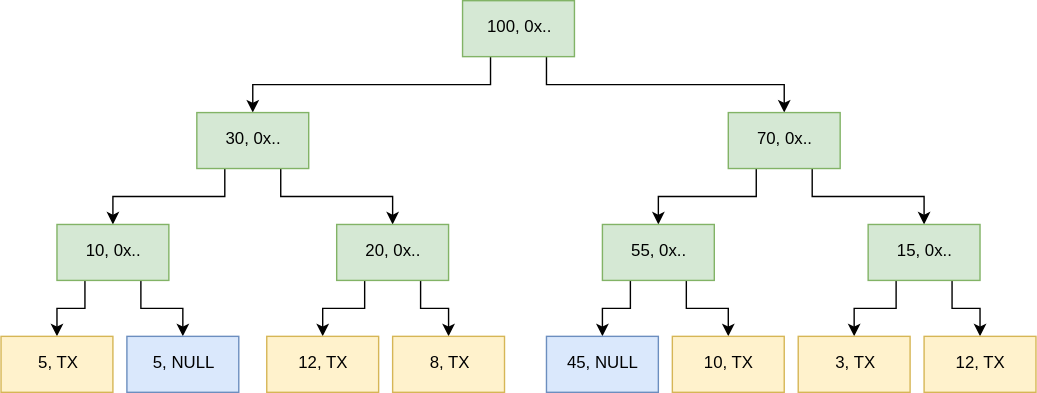
snjax/drawio keeps this draw.io diagram as plasma cashflow state.svg. Above is the earlier version. Source tidied: cells renumbered, new cells last; positions are measured from the earlier drawing's top-left corner, leaving out a move shared by most shapes.
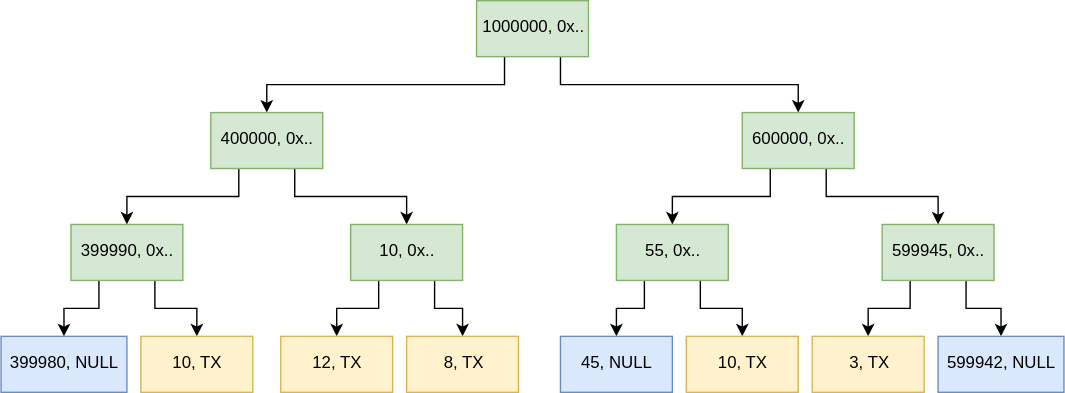
Above is the later version.

Change to the diagram source:
```diff
@@ -8,7 +8,7 @@
     <mxCell id="3" style="edgeStyle=orthogonalEdgeStyle;rounded=0;html=1;exitX=0.75;exitY=1;jettySize=auto;" parent="1" edge="1" source="4" target="10">
       <mxGeometry relative="1" as="geometry" />
     </mxCell>
-    <mxCell id="4" value="100, 0x.." style="rounded=0;whiteSpace=wrap;html=1;fillColor=#d5e8d4;strokeColor=#82b366;" parent="1" vertex="1">
+    <mxCell id="4" value="1000000, 0x.." style="rounded=0;whiteSpace=wrap;html=1;fillColor=#d5e8d4;strokeColor=#82b366;" parent="1" vertex="1">
       <mxGeometry x="330" width="80" height="40" as="geometry" />
     </mxCell>
     <mxCell id="5" style="edgeStyle=orthogonalEdgeStyle;rounded=0;html=1;exitX=0.25;exitY=1;jettySize=auto;" parent="1" edge="1" source="7" target="13">
@@ -17,7 +17,7 @@
     <mxCell id="6" style="edgeStyle=orthogonalEdgeStyle;rounded=0;html=1;exitX=0.75;exitY=1;jettySize=auto;" parent="1" edge="1" source="7" target="16">
       <mxGeometry relative="1" as="geometry" />
     </mxCell>
-    <mxCell id="7" value="30, 0x.." style="rounded=0;whiteSpace=wrap;html=1;fillColor=#d5e8d4;strokeColor=#82b366;" parent="1" vertex="1">
+    <mxCell id="7" value="400000, 0x.." style="rounded=0;whiteSpace=wrap;html=1;fillColor=#d5e8d4;strokeColor=#82b366;" parent="1" vertex="1">
       <mxGeometry x="140" y="80" width="80" height="40" as="geometry" />
     </mxCell>
     <mxCell id="8" style="edgeStyle=orthogonalEdgeStyle;rounded=0;html=1;exitX=0.25;exitY=1;jettySize=auto;" parent="1" edge="1" source="10" target="19">
@@ -26,7 +26,7 @@
     <mxCell id="9" style="edgeStyle=orthogonalEdgeStyle;rounded=0;html=1;exitX=0.75;exitY=1;jettySize=auto;" parent="1" edge="1" source="10" target="22">
       <mxGeometry relative="1" as="geometry" />
     </mxCell>
-    <mxCell id="10" value="70, 0x.." style="rounded=0;whiteSpace=wrap;html=1;fillColor=#d5e8d4;strokeColor=#82b366;" parent="1" vertex="1">
+    <mxCell id="10" value="600000, 0x.." style="rounded=0;whiteSpace=wrap;html=1;fillColor=#d5e8d4;strokeColor=#82b366;" parent="1" vertex="1">
       <mxGeometry x="520" y="80" width="80" height="40" as="geometry" />
     </mxCell>
     <mxCell id="11" style="edgeStyle=orthogonalEdgeStyle;rounded=0;html=1;exitX=0.25;exitY=1;jettySize=auto;" parent="1" edge="1" source="13" target="23">
@@ -35,7 +35,7 @@
     <mxCell id="12" style="edgeStyle=orthogonalEdgeStyle;rounded=0;html=1;exitX=0.75;exitY=1;jettySize=auto;" parent="1" edge="1" source="13" target="24">
       <mxGeometry relative="1" as="geometry" />
     </mxCell>
-    <mxCell id="13" value="10, 0x.." style="rounded=0;whiteSpace=wrap;html=1;fillColor=#d5e8d4;strokeColor=#82b366;" parent="1" vertex="1">
+    <mxCell id="13" value="399990, 0x.." style="rounded=0;whiteSpace=wrap;html=1;fillColor=#d5e8d4;strokeColor=#82b366;" parent="1" vertex="1">
       <mxGeometry x="40" y="160" width="80" height="40" as="geometry" />
     </mxCell>
     <mxCell id="14" style="edgeStyle=orthogonalEdgeStyle;rounded=0;html=1;exitX=0.25;exitY=1;jettySize=auto;" parent="1" edge="1" source="16" target="25">
@@ -44,7 +44,7 @@
     <mxCell id="15" style="edgeStyle=orthogonalEdgeStyle;rounded=0;html=1;exitX=0.75;exitY=1;jettySize=auto;" parent="1" edge="1" source="16" target="26">
       <mxGeometry relative="1" as="geometry" />
     </mxCell>
-    <mxCell id="16" value="20, 0x.." style="rounded=0;whiteSpace=wrap;html=1;fillColor=#d5e8d4;strokeColor=#82b366;" parent="1" vertex="1">
+    <mxCell id="16" value="10, 0x.." style="rounded=0;whiteSpace=wrap;html=1;fillColor=#d5e8d4;strokeColor=#82b366;" parent="1" vertex="1">
       <mxGeometry x="240" y="160" width="80" height="40" as="geometry" />
     </mxCell>
     <mxCell id="17" style="edgeStyle=orthogonalEdgeStyle;rounded=0;html=1;exitX=0.25;exitY=1;jettySize=auto;" parent="1" edge="1" source="19" target="27">
@@ -62,13 +62,13 @@
     <mxCell id="21" style="edgeStyle=orthogonalEdgeStyle;rounded=0;html=1;exitX=0.75;exitY=1;jettySize=auto;" parent="1" edge="1" source="22" target="30">
       <mxGeometry relative="1" as="geometry" />
     </mxCell>
-    <mxCell id="22" value="15, 0x.." style="rounded=0;whiteSpace=wrap;html=1;fillColor=#d5e8d4;strokeColor=#82b366;" parent="1" vertex="1">
+    <mxCell id="22" value="599945, 0x.." style="rounded=0;whiteSpace=wrap;html=1;fillColor=#d5e8d4;strokeColor=#82b366;" parent="1" vertex="1">
       <mxGeometry x="620" y="160" width="80" height="40" as="geometry" />
     </mxCell>
-    <mxCell id="23" value="5, TX" style="rounded=0;whiteSpace=wrap;html=1;fillColor=#fff2cc;strokeColor=#d6b656;" parent="1" vertex="1">
-      <mxGeometry y="240" width="80" height="40" as="geometry" />
+    <mxCell id="23" value="399980, NULL" style="rounded=0;whiteSpace=wrap;html=1;fillColor=#dae8fc;strokeColor=#6c8ebf;" parent="1" vertex="1">
+      <mxGeometry x="-10" y="240" width="90" height="40" as="geometry" />
     </mxCell>
-    <mxCell id="24" value="5, NULL" style="rounded=0;whiteSpace=wrap;html=1;fillColor=#dae8fc;strokeColor=#6c8ebf;" parent="1" vertex="1">
+    <mxCell id="24" value="10, TX" style="rounded=0;whiteSpace=wrap;html=1;fillColor=#fff2cc;strokeColor=#d6b656;" parent="1" vertex="1">
       <mxGeometry x="90" y="240" width="80" height="40" as="geometry" />
     </mxCell>
     <mxCell id="25" value="12, TX" style="rounded=0;whiteSpace=wrap;html=1;fillColor=#fff2cc;strokeColor=#d6b656;" parent="1" vertex="1">
@@ -86,8 +86,8 @@
     <mxCell id="29" value="3, TX" style="rounded=0;whiteSpace=wrap;html=1;fillColor=#fff2cc;strokeColor=#d6b656;" parent="1" vertex="1">
       <mxGeometry x="570" y="240" width="80" height="40" as="geometry" />
     </mxCell>
-    <mxCell id="30" value="12, TX" style="rounded=0;whiteSpace=wrap;html=1;fillColor=#fff2cc;strokeColor=#d6b656;" parent="1" vertex="1">
-      <mxGeometry x="660" y="240" width="80" height="40" as="geometry" />
+    <mxCell id="30" value="599942, NULL" style="rounded=0;whiteSpace=wrap;html=1;fillColor=#dae8fc;strokeColor=#6c8ebf;" parent="1" vertex="1">
+      <mxGeometry x="660" y="240" width="90" height="40" as="geometry" />
     </mxCell>
   </root>
 </mxGraphModel>
```
